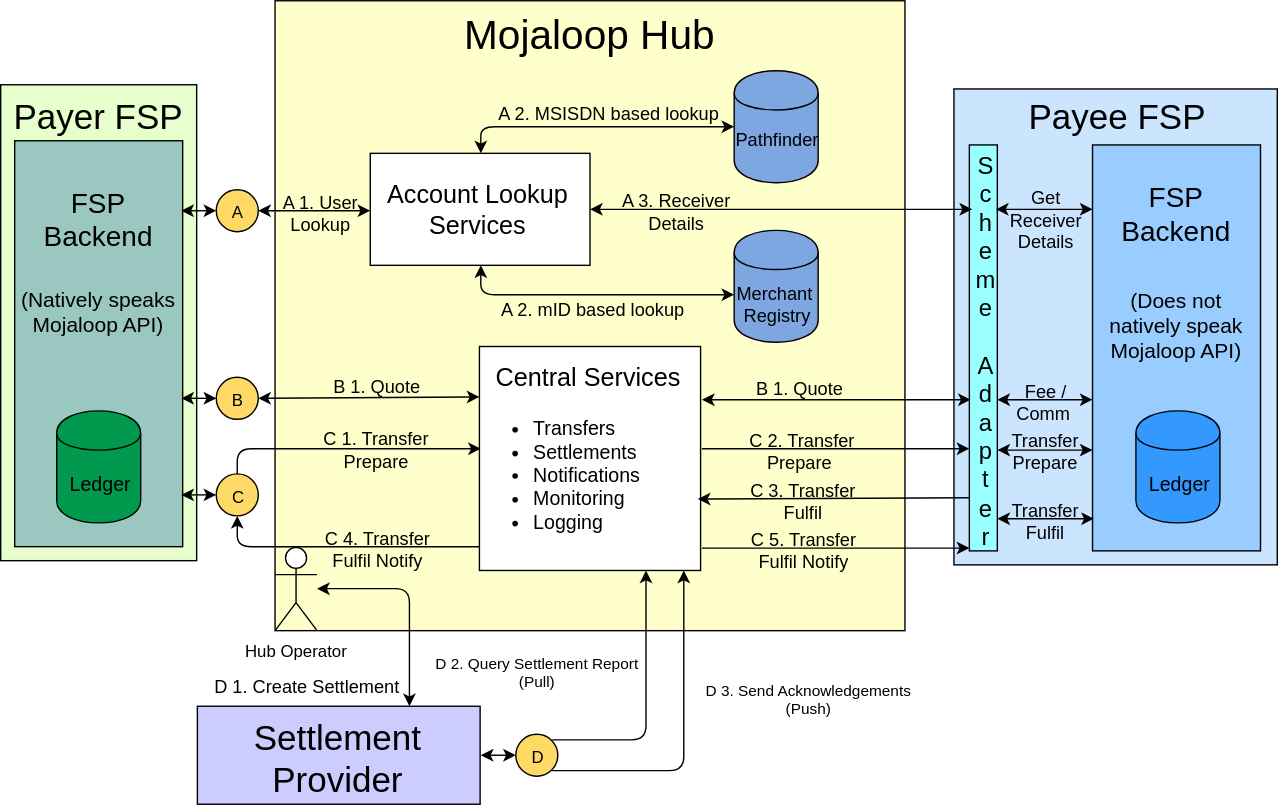
mojaloop/documentation keeps this draw.io diagram as mojaloop-technical-overview/assets/diagrams/architecture/Arch-Mojaloop-end-to-end-simple.svg. Above is the earlier version. Source tidied: cells renumbered, new cells last; positions are measured from the earlier drawing's top-left corner, leaving out a move shared by most shapes.
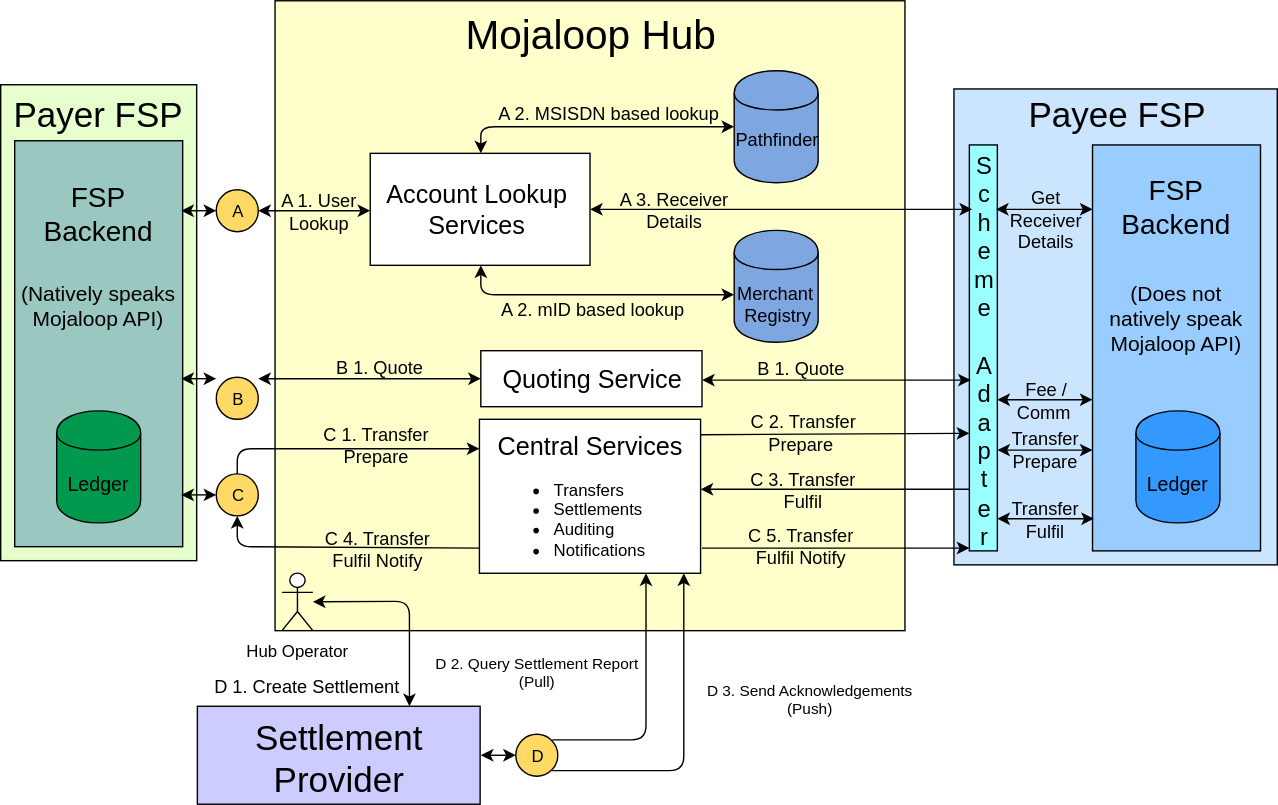
After the commit.

Change to the diagram source:
```diff
@@ -14,14 +14,14 @@
     <mxCell id="5" style="rounded=0;whiteSpace=wrap;html=1;" parent="1" vertex="1">
       <mxGeometry x="264" y="109" width="157" height="80" as="geometry" />
     </mxCell>
-    <mxCell id="6" style="endArrow=classic;html=1;exitX=0.5;exitY=0;fontSize=13;labelBackgroundColor=none;spacingTop=22;spacingLeft=33;endFill=1;entryX=0.004;entryY=0.459;entryPerimeter=0;" parent="1" edge="1" source="29" target="34">
+    <mxCell id="6" style="endArrow=classic;html=1;exitX=0.5;exitY=0;fontSize=13;labelBackgroundColor=none;spacingTop=22;spacingLeft=33;endFill=1;entryX=0;entryY=0.19;entryDx=0;entryDy=0;entryPerimeter=0;" parent="1" edge="1" source="29" target="34">
       <mxGeometry x="-0.33" y="-8" relative="1" as="geometry">
         <Array as="points">
           <mxPoint x="169" y="320" />
         </Array>
       </mxGeometry>
     </mxCell>
-    <mxCell id="7" style="endArrow=classic;html=1;entryX=0.5;entryY=1;exitX=0.01;exitY=0.891;exitPerimeter=0;" parent="1" edge="1" source="34" target="29">
+    <mxCell id="7" style="endArrow=classic;html=1;entryX=0.5;entryY=1;exitX=0.006;exitY=0.836;exitDx=0;exitDy=0;exitPerimeter=0;" parent="1" edge="1" source="34" target="29">
       <mxGeometry relative="1" as="geometry">
         <Array as="points">
           <mxPoint x="169" y="390" />
@@ -72,8 +72,11 @@
     <mxCell id="19" value="B" style="ellipse;whiteSpace=wrap;html=1;fillColor=#FFD966;" parent="1" vertex="1">
       <mxGeometry x="154" y="269" width="30" height="30" as="geometry" />
     </mxCell>
-    <mxCell id="20" style="endArrow=classic;startArrow=classic;html=1;entryX=0;entryY=0.5;exitX=0.992;exitY=0.634;exitPerimeter=0;" parent="1" edge="1" source="14" target="19">
-      <mxGeometry relative="1" as="geometry" />
+    <mxCell id="20" style="endArrow=classic;startArrow=classic;html=1;entryX=0;entryY=0.5;exitX=0.992;exitY=0.634;exitPerimeter=0;" parent="1" edge="1">
+      <mxGeometry relative="1" as="geometry">
+        <mxPoint x="129" y="270" as="sourcePoint" />
+        <mxPoint x="154" y="270" as="targetPoint" />
+      </mxGeometry>
     </mxCell>
     <mxCell id="21" value="Merchant&amp;nbsp;&lt;br style=&quot;font-size: 13px;&quot;&gt;Registry&lt;br style=&quot;font-size: 13px;&quot;&gt;" style="shape=cylinder;whiteSpace=wrap;html=1;boundedLbl=1;fillColor=#7EA6E0;fontSize=13;spacingLeft=1;align=center;" parent="1" vertex="1">
       <mxGeometry x="524" y="164" width="60" height="80" as="geometry" />
@@ -112,19 +115,24 @@
       <mxGeometry relative="1" as="geometry" />
     </mxCell>
     <mxCell id="31" value="C 1. Transfer&lt;br&gt;&amp;nbsp; &amp;nbsp; Prepare&lt;br&gt;" style="text;html=1;align=left;verticalAlign=top;spacingTop=-4;fontSize=13;fontColor=#000000;" parent="1" vertex="1">
-      <mxGeometry x="228.5" y="303" width="90" height="30" as="geometry" />
+      <mxGeometry x="228.5" y="300" width="90" height="30" as="geometry" />
     </mxCell>
-    <mxCell id="32" style="endArrow=classic;html=1;labelBackgroundColor=none;strokeColor=#000000;fontSize=13;fontColor=#000000;exitX=1.004;exitY=0.459;exitPerimeter=0;entryX=0.048;entryY=0.756;entryPerimeter=0;" parent="1" edge="1" source="34" target="3">
+    <mxCell id="32" style="endArrow=classic;html=1;labelBackgroundColor=none;strokeColor=#000000;fontSize=13;fontColor=#000000;exitX=1;exitY=0.1;entryX=0;entryY=0.71;entryPerimeter=0;exitDx=0;exitDy=0;exitPerimeter=0;entryDx=0;entryDy=0;" parent="1" edge="1" source="34" target="12">
       <mxGeometry relative="1" as="geometry" />
     </mxCell>
-    <mxCell id="33" style="endArrow=classic;html=1;labelBackgroundColor=none;strokeColor=#000000;fontSize=13;fontColor=#000000;entryX=0.02;entryY=0.994;entryPerimeter=0;exitX=1.009;exitY=0.903;exitPerimeter=0;" parent="1" edge="1" source="34" target="12">
-      <mxGeometry relative="1" as="geometry" />
+    <mxCell id="33" style="endArrow=classic;html=1;labelBackgroundColor=none;strokeColor=#000000;fontSize=13;fontColor=#000000;entryX=0.02;entryY=0.994;entryPerimeter=0;" parent="1" edge="1" target="12">
+      <mxGeometry relative="1" as="geometry">
+        <mxPoint x="501" y="391" as="sourcePoint" />
+      </mxGeometry>
     </mxCell>
     <mxCell id="34" style="rounded=0;whiteSpace=wrap;html=1;fillColor=#FFFFFF;" parent="1" vertex="1">
-      <mxGeometry x="342" y="247" width="158" height="160" as="geometry" />
+      <mxGeometry x="342" y="299" width="158" height="110" as="geometry" />
     </mxCell>
-    <mxCell id="35" style="endArrow=classic;html=1;labelBackgroundColor=none;strokeColor=#000000;fontSize=13;fontColor=#000000;entryX=0.987;entryY=0.681;entryPerimeter=0;exitX=0.048;exitY=0.859;exitPerimeter=0;" parent="1" edge="1" source="3" target="34">
-      <mxGeometry relative="1" as="geometry" />
+    <mxCell id="35" style="endArrow=classic;html=1;labelBackgroundColor=none;strokeColor=#000000;fontSize=13;fontColor=#000000;" parent="1" edge="1">
+      <mxGeometry relative="1" as="geometry">
+        <mxPoint x="692" y="349" as="sourcePoint" />
+        <mxPoint x="500" y="349" as="targetPoint" />
+      </mxGeometry>
     </mxCell>
     <mxCell id="36" style="endArrow=classic;html=1;labelBackgroundColor=none;strokeColor=#000000;fontSize=13;fontColor=#000000;exitX=1;exitY=0.75;entryX=0;entryY=0.75;startArrow=classic;startFill=1;" parent="1" edge="1" source="12" target="11">
       <mxGeometry relative="1" as="geometry" />
@@ -157,22 +165,24 @@
       <mxGeometry x="726.5" y="135" width="40" height="40" as="geometry" />
     </mxCell>
     <mxCell id="44" value="&amp;nbsp;C 2. Transfer&lt;br&gt;Prepare&lt;br&gt;" style="text;html=1;strokeColor=none;fillColor=none;align=center;verticalAlign=middle;whiteSpace=wrap;rounded=0;labelBackgroundColor=none;fontSize=13;fontColor=#000000;" parent="1" vertex="1">
-      <mxGeometry x="526" y="300" width="90" height="40" as="geometry" />
+      <mxGeometry x="526" y="288" width="90" height="40" as="geometry" />
     </mxCell>
     <mxCell id="45" value="C 5. Transfer&lt;br&gt;Fulfil Notify&lt;br&gt;" style="text;html=1;strokeColor=none;fillColor=none;align=center;verticalAlign=middle;whiteSpace=wrap;rounded=0;labelBackgroundColor=none;fontSize=13;fontColor=#000000;" parent="1" vertex="1">
-      <mxGeometry x="511" y="371" width="126" height="40" as="geometry" />
+      <mxGeometry x="509" y="369" width="126" height="40" as="geometry" />
     </mxCell>
     <mxCell id="46" value="Transfer&lt;br&gt;Prepare&lt;br&gt;" style="text;html=1;strokeColor=none;fillColor=none;align=center;verticalAlign=middle;whiteSpace=wrap;rounded=0;labelBackgroundColor=none;fontSize=13;fontColor=#000000;" parent="1" vertex="1">
       <mxGeometry x="725.5" y="300" width="40" height="40" as="geometry" />
     </mxCell>
     <mxCell id="47" value="C 3. Transfer&lt;br&gt;Fulfil&lt;br&gt;" style="text;html=1;strokeColor=none;fillColor=none;align=center;verticalAlign=middle;whiteSpace=wrap;rounded=0;labelBackgroundColor=none;fontSize=13;fontColor=#000000;" parent="1" vertex="1">
-      <mxGeometry x="527.5" y="348" width="89" height="16" as="geometry" />
+      <mxGeometry x="527.5" y="341" width="89" height="16" as="geometry" />
     </mxCell>
     <mxCell id="48" value="Transfer&lt;br&gt;Fulfil&lt;br&gt;" style="text;html=1;strokeColor=none;fillColor=none;align=center;verticalAlign=middle;whiteSpace=wrap;rounded=0;labelBackgroundColor=none;fontSize=13;fontColor=#000000;" parent="1" vertex="1">
       <mxGeometry x="725.5" y="350" width="40" height="40" as="geometry" />
     </mxCell>
-    <mxCell id="49" style="endArrow=classic;startArrow=classic;html=1;exitX=1;exitY=0.5;entryX=-0.003;entryY=0.228;entryPerimeter=0;" parent="1" edge="1" source="19" target="34">
-      <mxGeometry relative="1" as="geometry" />
+    <mxCell id="49" style="endArrow=classic;startArrow=classic;html=1;exitX=1;exitY=0.5;entryX=0;entryY=0.5;entryDx=0;entryDy=0;" parent="1" edge="1" target="62">
+      <mxGeometry relative="1" as="geometry">
+        <mxPoint x="184" y="270" as="sourcePoint" />
+      </mxGeometry>
     </mxCell>
     <mxCell id="50" value="B 1. Quote" style="text;html=1;align=center;verticalAlign=middle;labelBackgroundColor=none;fontSize=13;" parent="49" vertex="1">
       <mxGeometry x="-0.23" y="1" relative="1" as="geometry">
@@ -182,9 +192,10 @@
     <mxCell id="51" value="&lt;font style=&quot;font-size: 18px&quot;&gt;Central Services&lt;/font&gt;&lt;br&gt;" style="text;html=1;strokeColor=none;fillColor=none;align=center;verticalAlign=middle;whiteSpace=wrap;rounded=0;" parent="1" vertex="1">
       <mxGeometry x="345.5" y="259" width="147" height="20" as="geometry" />
     </mxCell>
-    <mxCell id="52" style="endArrow=classic;startArrow=classic;html=1;entryX=0.073;entryY=0.629;entryPerimeter=0;" parent="1" edge="1" target="12">
+    <mxCell id="52" style="endArrow=classic;startArrow=classic;html=1;entryX=0.073;entryY=0.629;entryPerimeter=0;" parent="1" edge="1">
       <mxGeometry relative="1" as="geometry">
-        <mxPoint x="501" y="285" as="sourcePoint" />
+        <mxPoint x="501" y="271" as="sourcePoint" />
+        <mxPoint x="693" y="271" as="targetPoint" />
       </mxGeometry>
     </mxCell>
     <mxCell id="53" value="B 1. Quote&lt;br&gt;" style="text;html=1;align=center;verticalAlign=middle;labelBackgroundColor=none;fontSize=13;" parent="52" vertex="1">
@@ -196,12 +207,12 @@
       <mxGeometry x="140.5" y="504" width="202" height="70" as="geometry" />
     </mxCell>
     <mxCell id="55" value="Hub Operator" style="shape=umlActor;verticalLabelPosition=bottom;labelBackgroundColor=#ffffff;verticalAlign=top;html=1;outlineConnect=0;" parent="1" vertex="1">
-      <mxGeometry x="196" y="390" width="30" height="60" as="geometry" />
+      <mxGeometry x="201" y="409" width="22" height="41" as="geometry" />
     </mxCell>
     <mxCell id="56" value="D 1. Create Settlement" style="endArrow=classic;startArrow=classic;html=1;entryX=0.75;entryY=0;fontSize=13;labelBackgroundColor=none;spacingLeft=16;spacingTop=40;" parent="1" edge="1" source="55" target="54">
       <mxGeometry x="0.53" y="-81" relative="1" as="geometry">
         <Array as="points">
-          <mxPoint x="292" y="420" />
+          <mxPoint x="292" y="429" />
         </Array>
       </mxGeometry>
     </mxCell>
@@ -226,8 +237,11 @@
         <mxPoint x="187" y="-36" as="offset" />
       </mxGeometry>
     </mxCell>
-    <mxCell id="61" value="&lt;font style=&quot;font-size: 14px&quot;&gt;&lt;br&gt;&lt;ul&gt;&lt;li style=&quot;text-align: left&quot;&gt;&lt;font style=&quot;font-size: 14px&quot;&gt;Transfers&lt;/font&gt;&lt;/li&gt;&lt;li style=&quot;text-align: left&quot;&gt;&lt;font style=&quot;font-size: 14px&quot;&gt;Settlements&lt;/font&gt;&lt;/li&gt;&lt;li style=&quot;text-align: left&quot;&gt;&lt;font style=&quot;font-size: 14px&quot;&gt;Notifications&lt;/font&gt;&lt;/li&gt;&lt;li style=&quot;text-align: left&quot;&gt;Monitoring&lt;/li&gt;&lt;li style=&quot;text-align: left&quot;&gt;Logging&lt;/li&gt;&lt;/ul&gt;&lt;/font&gt;" style="text;html=1;strokeColor=none;fillColor=none;align=center;verticalAlign=middle;whiteSpace=wrap;rounded=0;" parent="1" vertex="1">
-      <mxGeometry x="324.5" y="318" width="147" height="20" as="geometry" />
-    </mxCell>
+    <mxCell id="62" value="&lt;font style=&quot;font-size: 18px&quot;&gt;Quoting Service&lt;/font&gt;" style="rounded=0;whiteSpace=wrap;html=1;fillColor=#FFFFFF;" parent="1" vertex="1">
+      <mxGeometry x="343" y="250" width="158" height="40" as="geometry" />
+    </mxCell>
+    <mxCell id="63" value="&lt;div style=&quot;text-align: left&quot;&gt;&lt;font style=&quot;font-size: 18px&quot;&gt;Central Services&lt;/font&gt;&lt;br&gt;&lt;ul&gt;&lt;li&gt;&lt;span&gt;Transfers&lt;/span&gt;&lt;/li&gt;&lt;li&gt;&lt;span&gt;Settlements&lt;/span&gt;&lt;/li&gt;&lt;li&gt;&lt;span&gt;Auditing&lt;/span&gt;&lt;/li&gt;&lt;li&gt;&lt;span&gt;Notifications&lt;/span&gt;&lt;/li&gt;&lt;/ul&gt;&lt;/div&gt;" style="text;html=1;strokeColor=none;fillColor=none;align=center;verticalAlign=middle;whiteSpace=wrap;rounded=0;" parent="1" vertex="1">
+      <mxGeometry x="323.5" y="348" width="195" height="20" as="geometry" />
+    </mxCell>
   </root>
 </mxGraphModel>
```
